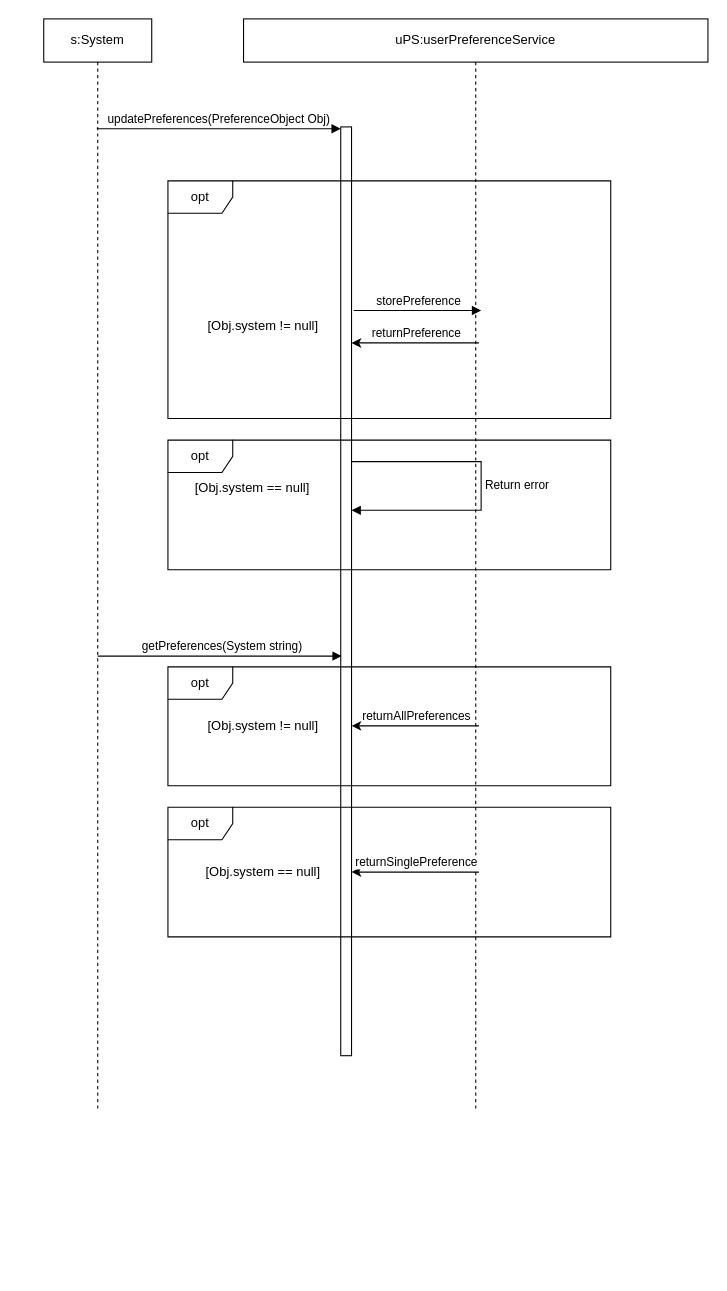
Earlier version of the draw.io diagram page "Sequence" (5 of 7) of Drawings/User Preference Service/User Preference.drawio (RMSLowside/rmslow). Source tidied: cells renumbered, new cells numbered last; positions are measured from the earlier drawing's top-left corner, leaving out a move shared by most shapes. Both pictures are drawn from the tidied source at 108%, with x=0, y=0 at pixel (43, 18).
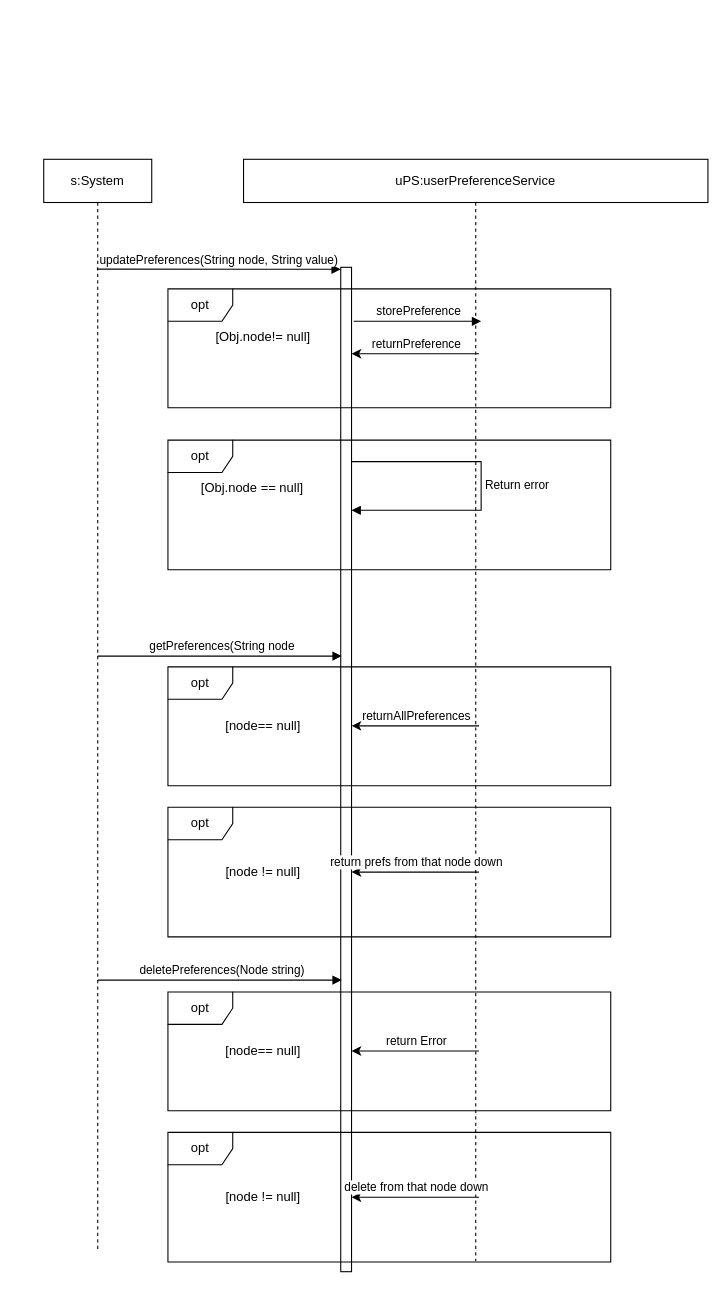
The same diagram, later.

Change to the diagram source:
```diff
@@
     <mxCell id="2" value="uPS:userPreferenceService" style="shape=umlLifeline;perimeter=lifelinePerimeter;whiteSpace=wrap;html=1;size=40;" parent="1" vertex="1">
-      <mxGeometry x="185" width="430" height="1010" as="geometry" />
+      <mxGeometry x="185" y="130" width="430" height="1020" as="geometry" />
     </mxCell>
     <mxCell id="3" style="html=1;points=[];perimeter=orthogonalPerimeter;" parent="2" vertex="1">
-      <mxGeometry x="90" y="100" width="10" height="860" as="geometry" />
+      <mxGeometry x="90" y="100" width="10" height="930" as="geometry" />
     </mxCell>
     <mxCell id="4" value="s:System" style="shape=umlLifeline;perimeter=lifelinePerimeter;whiteSpace=wrap;html=1;" parent="1" vertex="1">
-      <mxGeometry width="100" height="1010" as="geometry" />
+      <mxGeometry y="130" width="100" height="1010" as="geometry" />
     </mxCell>
-    <mxCell id="5" value="updatePreferences(PreferenceObject Obj)" style="html=1;verticalAlign=bottom;endArrow=block;entryX=0;entryY=0.002;entryDx=0;entryDy=0;entryPerimeter=0;" parent="1" edge="1" target="3">
+    <mxCell id="5" value="updatePreferences(String node, String value)" style="html=1;verticalAlign=bottom;endArrow=block;entryX=0;entryY=0.002;entryDx=0;entryDy=0;entryPerimeter=0;" parent="1" edge="1" target="3">
       <mxGeometry relative="1" as="geometry">
-        <mxPoint x="49.1" y="101.7" as="sourcePoint" />
+        <mxPoint x="49.1" y="231.7" as="sourcePoint" />
       </mxGeometry>
     </mxCell>
@@
-    <mxCell id="7" value="[Obj.system == null]&amp;nbsp;" style="text;html=1;strokeColor=none;fillColor=none;align=center;verticalAlign=middle;whiteSpace=wrap;rounded=0;fontFamily=Helvetica;" parent="1" vertex="1">
+    <mxCell id="7" value="[Obj.node == null]&amp;nbsp;" style="text;html=1;strokeColor=none;fillColor=none;align=center;verticalAlign=middle;whiteSpace=wrap;rounded=0;fontFamily=Helvetica;" parent="1" vertex="1">
       <mxGeometry x="135" y="420" width="120" height="30" as="geometry" />
     </mxCell>
     <mxCell id="8" value="opt" style="shape=umlFrame;whiteSpace=wrap;html=1;fontFamily=Helvetica;" parent="1" vertex="1">
-      <mxGeometry x="115" y="150" width="410" height="220" as="geometry" />
+      <mxGeometry x="115" y="250" width="410" height="110" as="geometry" />
     </mxCell>
-    <mxCell id="9" value="getPreferences(System string)" style="html=1;verticalAlign=bottom;endArrow=block;entryX=0;entryY=0.002;entryDx=0;entryDy=0;entryPerimeter=0;" parent="1" edge="1">
+    <mxCell id="9" value="getPreferences(String node" style="html=1;verticalAlign=bottom;endArrow=block;entryX=0;entryY=0.002;entryDx=0;entryDy=0;entryPerimeter=0;" parent="1" edge="1">
       <mxGeometry x="0.02" relative="1" as="geometry">
         <mxPoint x="50" y="590" as="sourcePoint" />
         <mxPoint x="275.9" y="590" as="targetPoint" />
       </mxGeometry>
     </mxCell>
@@
-    <mxCell id="11" value="[Obj.system != null]&amp;nbsp;" style="text;html=1;strokeColor=none;fillColor=none;align=center;verticalAlign=middle;whiteSpace=wrap;rounded=0;fontFamily=Helvetica;" parent="1" vertex="1">
-      <mxGeometry x="145" y="270" width="120" height="30" as="geometry" />
+    <mxCell id="11" value="[Obj.node!= null]&amp;nbsp;" style="text;html=1;strokeColor=none;fillColor=none;align=center;verticalAlign=middle;whiteSpace=wrap;rounded=0;fontFamily=Helvetica;" parent="1" vertex="1">
+      <mxGeometry x="145" y="280" width="120" height="30" as="geometry" />
     </mxCell>
     <mxCell id="12" value="storePreference" style="html=1;verticalAlign=bottom;endArrow=block;" parent="1" edge="1">
       <mxGeometry x="0.02" relative="1" as="geometry">
-        <mxPoint x="287" y="270" as="sourcePoint" />
-        <mxPoint x="405" y="270" as="targetPoint" />
+        <mxPoint x="287" y="280" as="sourcePoint" />
+        <mxPoint x="405" y="280" as="targetPoint" />
       </mxGeometry>
     </mxCell>
     <mxCell id="13" value="returnPreference" style="html=1;verticalAlign=bottom;endArrow=none;startArrow=classic;startFill=1;endFill=0;" parent="1" edge="1">
       <mxGeometry x="0.02" relative="1" as="geometry">
-        <mxPoint x="285" y="300" as="sourcePoint" />
-        <mxPoint x="403" y="300" as="targetPoint" />
+        <mxPoint x="285" y="310" as="sourcePoint" />
+        <mxPoint x="403" y="310" as="targetPoint" />
       </mxGeometry>
     </mxCell>
-    <mxCell id="14" value="[Obj.system == null]&amp;nbsp;" style="text;html=1;strokeColor=none;fillColor=none;align=center;verticalAlign=middle;whiteSpace=wrap;rounded=0;fontFamily=Helvetica;" parent="1" vertex="1">
+    <mxCell id="14" value="[node != null]&amp;nbsp;" style="text;html=1;strokeColor=none;fillColor=none;align=center;verticalAlign=middle;whiteSpace=wrap;rounded=0;fontFamily=Helvetica;" parent="1" vertex="1">
       <mxGeometry x="145" y="775" width="120" height="30" as="geometry" />
     </mxCell>
@@
-    <mxCell id="16" value="opt" style="shape=umlFrame;whiteSpace=wrap;html=1;fontFamily=Helvetica;" parent="1" vertex="1">
+    <mxCell id="16" value="&lt;blockquote&gt;&lt;blockquote&gt;&lt;blockquote&gt;&lt;blockquote&gt;opt&lt;/blockquote&gt;&lt;/blockquote&gt;&lt;/blockquote&gt;&lt;/blockquote&gt;" style="shape=umlFrame;whiteSpace=wrap;html=1;fontFamily=Helvetica;" parent="1" vertex="1">
       <mxGeometry x="115" y="730" width="410" height="120" as="geometry" />
     </mxCell>
-    <mxCell id="17" value="[Obj.system != null]&amp;nbsp;" style="text;html=1;strokeColor=none;fillColor=none;align=center;verticalAlign=middle;whiteSpace=wrap;rounded=0;fontFamily=Helvetica;" parent="1" vertex="1">
+    <mxCell id="17" value="[node== null]&amp;nbsp;" style="text;html=1;strokeColor=none;fillColor=none;align=center;verticalAlign=middle;whiteSpace=wrap;rounded=0;fontFamily=Helvetica;" parent="1" vertex="1">
       <mxGeometry x="145" y="640" width="120" height="30" as="geometry" />
     </mxCell>
@@
-    <mxCell id="19" value="returnSinglePreference" style="html=1;verticalAlign=bottom;endArrow=none;startArrow=classic;startFill=1;endFill=0;" parent="1" edge="1">
+    <mxCell id="19" value="return prefs from that node down" style="html=1;verticalAlign=bottom;endArrow=none;startArrow=classic;startFill=1;endFill=0;" parent="1" edge="1">
       <mxGeometry x="0.02" relative="1" as="geometry">
         <mxPoint x="285" y="790" as="sourcePoint" />
         <mxPoint x="403" y="790" as="targetPoint" />
       </mxGeometry>
     </mxCell>
+    <mxCell id="20" value="deletePreferences(Node string)" style="html=1;verticalAlign=bottom;endArrow=block;entryX=0;entryY=0.002;entryDx=0;entryDy=0;entryPerimeter=0;" parent="1" edge="1">
+      <mxGeometry x="0.02" relative="1" as="geometry">
+        <mxPoint x="50" y="890" as="sourcePoint" />
+        <mxPoint x="275.9" y="890" as="targetPoint" />
+      </mxGeometry>
+    </mxCell>
+    <mxCell id="21" value="[node != null]&amp;nbsp;" style="text;html=1;strokeColor=none;fillColor=none;align=center;verticalAlign=middle;whiteSpace=wrap;rounded=0;fontFamily=Helvetica;" parent="1" vertex="1">
+      <mxGeometry x="145" y="1076" width="120" height="30" as="geometry" />
+    </mxCell>
+    <mxCell id="22" value="opt" style="shape=umlFrame;whiteSpace=wrap;html=1;fontFamily=Helvetica;" parent="1" vertex="1">
+      <mxGeometry x="115" y="901" width="410" height="110" as="geometry" />
+    </mxCell>
+    <mxCell id="23" value="opt" style="shape=umlFrame;whiteSpace=wrap;html=1;fontFamily=Helvetica;" parent="1" vertex="1">
+      <mxGeometry x="115" y="1031" width="410" height="120" as="geometry" />
+    </mxCell>
+    <mxCell id="24" value="[node== null]&amp;nbsp;" style="text;html=1;strokeColor=none;fillColor=none;align=center;verticalAlign=middle;whiteSpace=wrap;rounded=0;fontFamily=Helvetica;" parent="1" vertex="1">
+      <mxGeometry x="145" y="941" width="120" height="30" as="geometry" />
+    </mxCell>
+    <mxCell id="25" value="return Error" style="html=1;verticalAlign=bottom;endArrow=none;startArrow=classic;startFill=1;endFill=0;" parent="1" edge="1">
+      <mxGeometry x="0.02" relative="1" as="geometry">
+        <mxPoint x="285" y="955.6" as="sourcePoint" />
+        <mxPoint x="403" y="955.6" as="targetPoint" />
+      </mxGeometry>
+    </mxCell>
+    <mxCell id="26" value="delete from that node down" style="html=1;verticalAlign=bottom;endArrow=none;startArrow=classic;startFill=1;endFill=0;" parent="1" edge="1">
+      <mxGeometry x="0.02" relative="1" as="geometry">
+        <mxPoint x="285" y="1091" as="sourcePoint" />
+        <mxPoint x="403" y="1091" as="targetPoint" />
+      </mxGeometry>
+    </mxCell>
```
